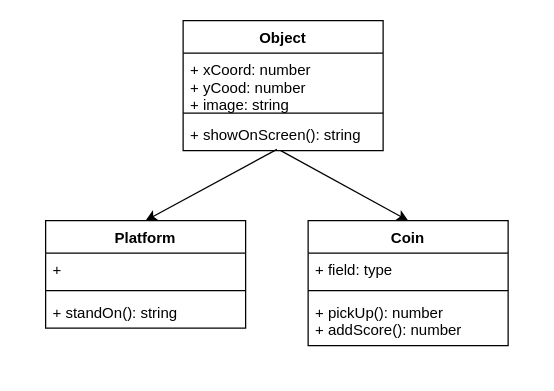
Above: Diagrams/objectClass.drawio in MTHS-ICS4U-1-2023/ICS4U-Final-Project-InfinityandFlynn (draw.io), before the change. Source tidied: cells renumbered, new cells numbered last; positions are measured from the earlier drawing's top-left corner, leaving out a move shared by most shapes. Both pictures are drawn from the tidied source at 125%, with x=0, y=0 at pixel (45, 20).
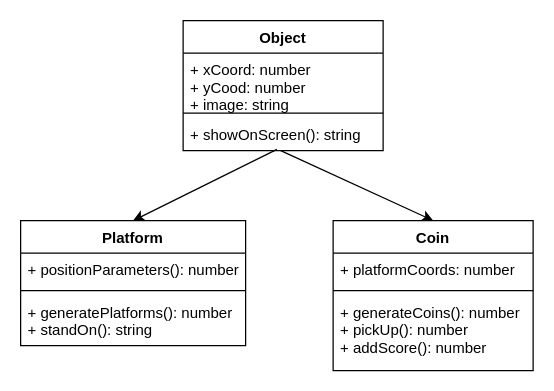
The same diagram, later.

Commit message (it also covers changes not shown here):
finished object diargam

What changed in the source:
```diff
@@
 <mxGraphModel>
   <root>
     <mxCell id="0" />
     <mxCell id="1" parent="0" />
     <mxCell id="2" value="Object" style="swimlane;fontStyle=1;align=center;verticalAlign=top;horizontal=1;startSize=26;" parent="1" vertex="1">
       <mxGeometry x="110" width="160" height="104" as="geometry" />
     </mxCell>
     <mxCell id="3" value="+ xCoord: number&#10;+ yCood: number&#10;+ image: string" style="text;strokeColor=none;fillColor=none;align=left;verticalAlign=top;spacingLeft=4;spacingRight=4;overflow=hidden;" parent="2" vertex="1">
       <mxGeometry y="26" width="160" height="44" as="geometry" />
     </mxCell>
     <mxCell id="4" style="line;strokeWidth=1;fillColor=none;align=left;verticalAlign=middle;spacingTop=-1;spacingLeft=3;spacingRight=3;labelPosition=right;strokeColor=inherit;" parent="2" vertex="1">
       <mxGeometry y="70" width="160" height="8" as="geometry" />
     </mxCell>
     <mxCell id="5" value="+ showOnScreen(): string" style="text;strokeColor=none;fillColor=none;align=left;verticalAlign=top;spacingLeft=4;spacingRight=4;overflow=hidden;points=[[0,0.5],[1,0.5]];portConstraint=eastwest;" parent="2" vertex="1">
       <mxGeometry y="78" width="160" height="26" as="geometry" />
     </mxCell>
     <mxCell id="6" value="Platform" style="swimlane;fontStyle=1;align=center;verticalAlign=top;horizontal=1;startSize=26;" parent="1" vertex="1">
-      <mxGeometry y="160" width="160" height="86" as="geometry" />
+      <mxGeometry x="-20" y="160" width="180" height="100" as="geometry" />
     </mxCell>
-    <mxCell id="7" value="+" style="text;strokeColor=none;fillColor=none;align=left;verticalAlign=top;spacingLeft=4;spacingRight=4;overflow=hidden;" parent="6" vertex="1">
-      <mxGeometry y="26" width="160" height="26" as="geometry" />
+    <mxCell id="7" value="+ positionParameters(): number" style="text;strokeColor=none;fillColor=none;align=left;verticalAlign=top;spacingLeft=4;spacingRight=4;overflow=hidden;" parent="6" vertex="1">
+      <mxGeometry y="26" width="180" height="26" as="geometry" />
     </mxCell>
     <mxCell id="8" style="line;strokeWidth=1;fillColor=none;align=left;verticalAlign=middle;spacingTop=-1;spacingLeft=3;spacingRight=3;labelPosition=right;strokeColor=inherit;" parent="6" vertex="1">
-      <mxGeometry y="52" width="160" height="8" as="geometry" />
+      <mxGeometry y="52" width="180" height="8" as="geometry" />
     </mxCell>
-    <mxCell id="9" value="+ standOn(): string" style="text;strokeColor=none;fillColor=none;align=left;verticalAlign=top;spacingLeft=4;spacingRight=4;overflow=hidden;" parent="6" vertex="1">
-      <mxGeometry y="60" width="160" height="26" as="geometry" />
+    <mxCell id="9" value="+ generatePlatforms(): number&#10;+ standOn(): string" style="text;strokeColor=none;fillColor=none;align=left;verticalAlign=top;spacingLeft=4;spacingRight=4;overflow=hidden;" parent="6" vertex="1">
+      <mxGeometry y="60" width="180" height="40" as="geometry" />
     </mxCell>
     <mxCell id="10" value="Coin" style="swimlane;fontStyle=1;align=center;verticalAlign=top;horizontal=1;startSize=26;" parent="1" vertex="1">
-      <mxGeometry x="210" y="160" width="160" height="100" as="geometry" />
+      <mxGeometry x="230" y="160" width="160" height="120" as="geometry" />
     </mxCell>
-    <mxCell id="11" value="+ field: type" style="text;strokeColor=none;fillColor=none;align=left;verticalAlign=top;spacingLeft=4;spacingRight=4;overflow=hidden;" parent="10" vertex="1">
+    <mxCell id="11" value="+ platformCoords: number" style="text;strokeColor=none;fillColor=none;align=left;verticalAlign=top;spacingLeft=4;spacingRight=4;overflow=hidden;" parent="10" vertex="1">
       <mxGeometry y="26" width="160" height="26" as="geometry" />
     </mxCell>
     <mxCell id="12" style="line;strokeWidth=1;fillColor=none;align=left;verticalAlign=middle;spacingTop=-1;spacingLeft=3;spacingRight=3;labelPosition=right;strokeColor=inherit;" parent="10" vertex="1">
       <mxGeometry y="52" width="160" height="8" as="geometry" />
     </mxCell>
-    <mxCell id="13" value="+ pickUp(): number&#10;+ addScore(): number" style="text;strokeColor=none;fillColor=none;align=left;verticalAlign=top;spacingLeft=4;spacingRight=4;overflow=hidden;" parent="10" vertex="1">
-      <mxGeometry y="60" width="160" height="40" as="geometry" />
+    <mxCell id="13" value="+ generateCoins(): number&#10;+ pickUp(): number&#10;+ addScore(): number" style="text;strokeColor=none;fillColor=none;align=left;verticalAlign=top;spacingLeft=4;spacingRight=4;overflow=hidden;" parent="10" vertex="1">
+      <mxGeometry y="60" width="160" height="60" as="geometry" />
     </mxCell>
     <mxCell id="14" style="endArrow=classic;html=1;exitX=0.488;exitY=1;exitDx=0;exitDy=0;exitPerimeter=0;entryX=0.5;entryY=0;entryDx=0;entryDy=0;" parent="1" edge="1" source="5" target="10">
       <mxGeometry relative="1" as="geometry" />
     </mxCell>
     <mxCell id="15" style="endArrow=classic;html=1;exitX=0.469;exitY=0.962;exitDx=0;exitDy=0;exitPerimeter=0;entryX=0.5;entryY=0;entryDx=0;entryDy=0;" parent="1" edge="1" source="5" target="6">
       <mxGeometry relative="1" as="geometry" />
     </mxCell>
   </root>
 </mxGraphModel>
```
